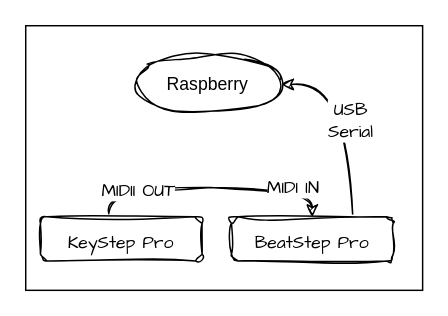
The draw.io diagram ressources/diagram-midi_keyboard.drawio in lan-ensad/cloches-sous-tension, before the edit. Source tidied: cells renumbered, new cells numbered last; positions are measured from the earlier drawing's top-left corner, leaving out a move shared by most shapes. Both pictures are drawn from the tidied source at 147%, with x=0, y=0 at pixel (25, 25).
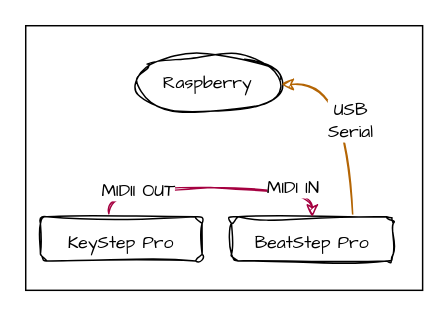
Above is the later version.

What changed in the source:
```diff
@@
 <mxGraphModel>
   <root>
     <mxCell id="0" />
     <mxCell id="1" parent="0" />
     <mxCell id="2" style="rounded=0;whiteSpace=wrap;html=1;hachureGap=4;fontFamily=Architects Daughter;fontSize=12;" parent="1" vertex="1">
       <mxGeometry width="270" height="180" as="geometry" />
     </mxCell>
-    <mxCell id="3" value="Raspberry" style="ellipse;whiteSpace=wrap;html=1;align=center;newEdgeStyle={&quot;edgeStyle&quot;:&quot;entityRelationEdgeStyle&quot;,&quot;startArrow&quot;:&quot;none&quot;,&quot;endArrow&quot;:&quot;none&quot;,&quot;segment&quot;:10,&quot;curved&quot;:1,&quot;sourcePerimeterSpacing&quot;:0,&quot;targetPerimeterSpacing&quot;:0};sketch=1;curveFitting=1;jiggle=2;" parent="1" vertex="1">
+    <mxCell id="3" value="Raspberry" style="ellipse;whiteSpace=wrap;html=1;align=center;newEdgeStyle={&quot;edgeStyle&quot;:&quot;entityRelationEdgeStyle&quot;,&quot;startArrow&quot;:&quot;none&quot;,&quot;endArrow&quot;:&quot;none&quot;,&quot;segment&quot;:10,&quot;curved&quot;:1,&quot;sourcePerimeterSpacing&quot;:0,&quot;targetPerimeterSpacing&quot;:0};sketch=1;curveFitting=1;jiggle=2;fontFamily=Architects Daughter;" parent="1" vertex="1">
       <mxGeometry x="74" y="20" width="100" height="40" as="geometry" />
     </mxCell>
     <mxCell id="4" value="&lt;font style=&quot;font-size: 12px;&quot;&gt;KeyStep Pro&lt;/font&gt;" style="rounded=1;whiteSpace=wrap;html=1;sketch=1;hachureGap=4;jiggle=2;curveFitting=1;fontFamily=Architects Daughter;fontSize=20;" parent="1" vertex="1">
       <mxGeometry x="10" y="130" width="110" height="30" as="geometry" />
     </mxCell>
-    <mxCell id="5" style="edgeStyle=orthogonalEdgeStyle;curved=1;sketch=1;hachureGap=4;jiggle=2;curveFitting=1;html=1;exitX=0.75;exitY=0;exitDx=0;exitDy=0;entryX=1;entryY=0.5;entryDx=0;entryDy=0;fontFamily=Architects Daughter;fontSize=12;" parent="1" edge="1" source="6" target="3">
+    <mxCell id="5" style="edgeStyle=orthogonalEdgeStyle;curved=1;sketch=1;hachureGap=4;jiggle=2;curveFitting=1;html=1;exitX=0.75;exitY=0;exitDx=0;exitDy=0;entryX=1;entryY=0.5;entryDx=0;entryDy=0;fontFamily=Architects Daughter;fontSize=12;fillColor=#fad7ac;strokeColor=#b46504;" parent="1" edge="1" source="6" target="3">
       <mxGeometry relative="1" as="geometry" />
     </mxCell>
     <mxCell id="6" value="&lt;font style=&quot;font-size: 12px;&quot;&gt;BeatStep Pro&lt;/font&gt;" style="rounded=1;whiteSpace=wrap;html=1;sketch=1;hachureGap=4;jiggle=2;curveFitting=1;fontFamily=Architects Daughter;fontSize=20;" parent="1" vertex="1">
       <mxGeometry x="140" y="130" width="110" height="30" as="geometry" />
     </mxCell>
-    <mxCell id="7" style="endArrow=classic;html=1;sketch=1;hachureGap=4;jiggle=2;curveFitting=1;fontFamily=Architects Daughter;fontSize=12;edgeStyle=orthogonalEdgeStyle;exitX=0.423;exitY=-0.072;exitDx=0;exitDy=0;exitPerimeter=0;entryX=0.5;entryY=0;entryDx=0;entryDy=0;curved=1;" parent="1" edge="1" source="4" target="6">
+    <mxCell id="7" style="endArrow=classic;html=1;sketch=1;hachureGap=4;jiggle=2;curveFitting=1;fontFamily=Architects Daughter;fontSize=12;edgeStyle=orthogonalEdgeStyle;exitX=0.423;exitY=-0.072;exitDx=0;exitDy=0;exitPerimeter=0;entryX=0.5;entryY=0;entryDx=0;entryDy=0;curved=1;fillColor=#d80073;strokeColor=#A50040;" parent="1" edge="1" source="4" target="6">
       <mxGeometry relative="1" as="geometry">
         <Array as="points">
           <mxPoint x="57" y="110" />
           <mxPoint x="195" y="110" />
         </Array>
       </mxGeometry>
     </mxCell>
     <mxCell id="8" value="MIDII OUT" style="edgeLabel;html=1;align=left;verticalAlign=bottom;sketch=1;hachureGap=4;jiggle=2;curveFitting=1;fontFamily=Architects Daughter;fontSize=12;" parent="7" vertex="1">
       <mxGeometry x="-1" relative="1" as="geometry">
         <mxPoint x="-7" y="-7" as="offset" />
       </mxGeometry>
     </mxCell>
     <mxCell id="9" value="MIDI IN" style="edgeLabel;html=1;align=right;verticalAlign=bottom;sketch=1;hachureGap=4;jiggle=2;curveFitting=1;fontFamily=Architects Daughter;fontSize=12;" parent="7" vertex="1">
       <mxGeometry x="1" relative="1" as="geometry">
         <mxPoint x="5" y="-11" as="offset" />
       </mxGeometry>
     </mxCell>
     <mxCell id="10" value="USB&lt;br&gt;Serial" style="edgeLabel;html=1;align=center;verticalAlign=bottom;sketch=1;hachureGap=4;jiggle=2;curveFitting=1;fontFamily=Architects Daughter;fontSize=12;" parent="7" vertex="1">
       <mxGeometry x="1" relative="1" as="geometry">
         <mxPoint x="25" y="-49" as="offset" />
       </mxGeometry>
     </mxCell>
   </root>
 </mxGraphModel>
```
